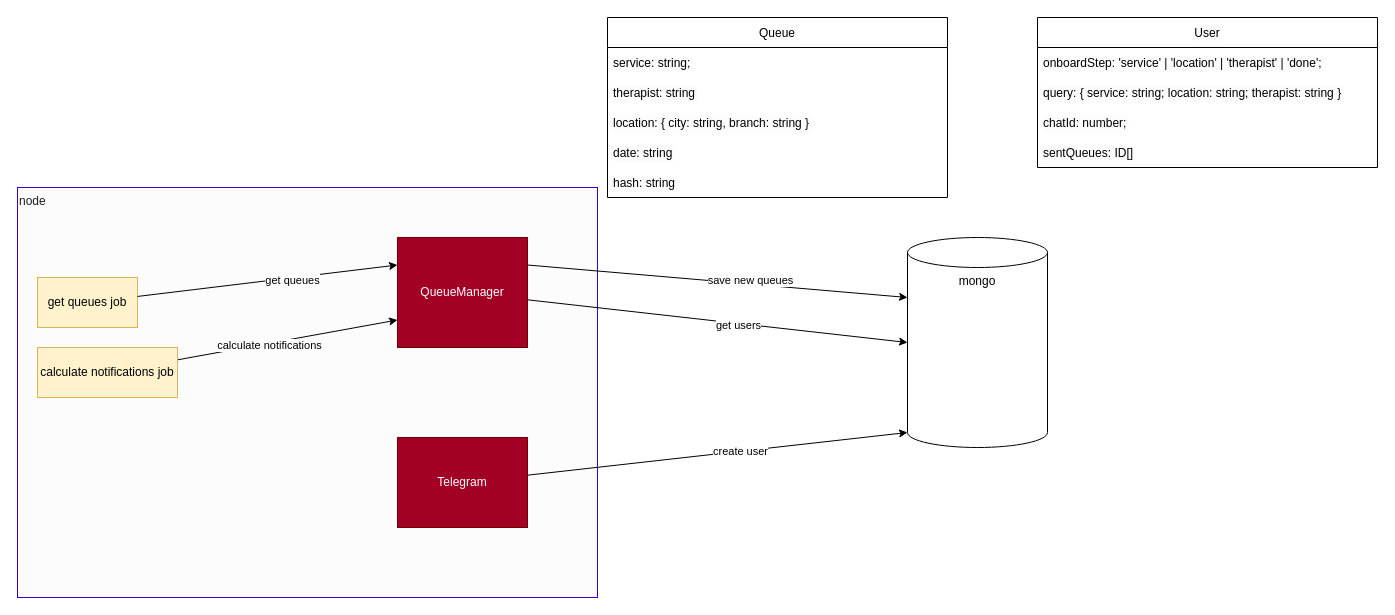
This is architecture.drawio from guygolanIL/queues, a draw.io file, before an edit. Source tidied: cells renumbered, new cells numbered last; positions are measured from the earlier drawing's top-left corner, leaving out a move shared by most shapes. Both pictures are drawn from the tidied source at 100%, with x=0, y=0 at pixel (17, 17).
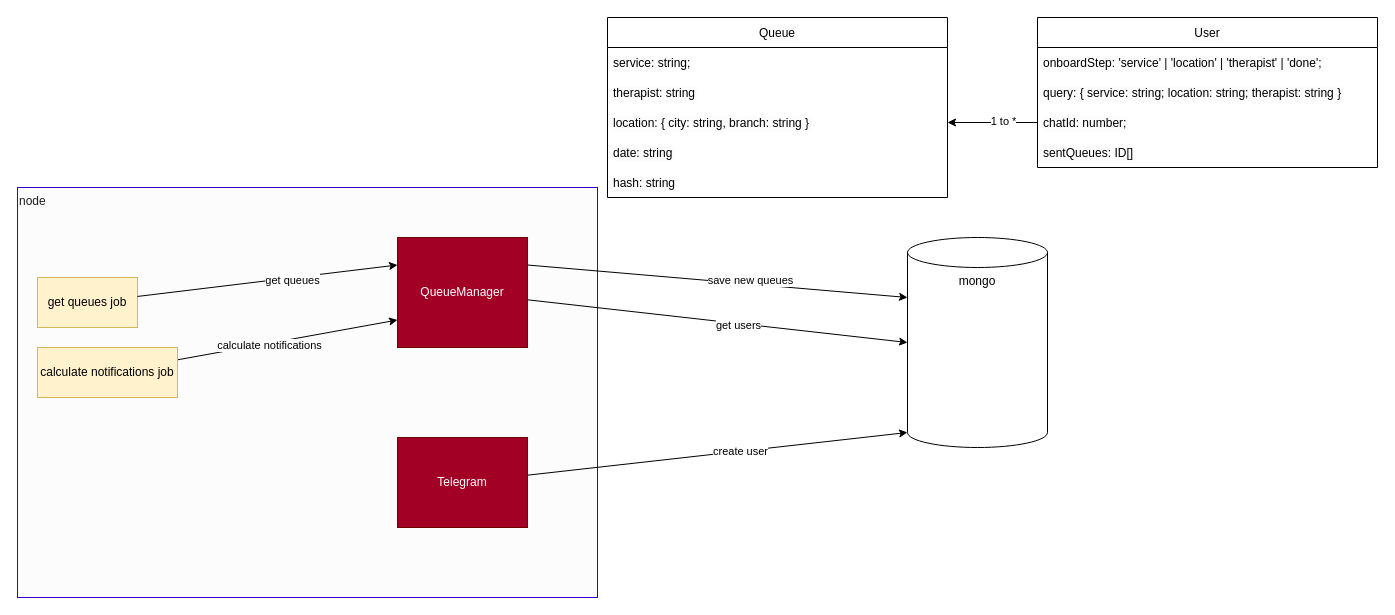
After the change.

The change refers to these unchanged cells:
```xml
<mxCell id="7" value="chatId: number;" style="text;strokeColor=none;fillColor=none;align=left;verticalAlign=middle;spacingLeft=4;spacingRight=4;overflow=hidden;points=[[0,0.5],[1,0.5]];portConstraint=eastwest;labelBackgroundColor=#FCFCFC;" parent="4" vertex="1">
  <mxGeometry y="90" width="340" height="30" as="geometry" />
</mxCell>
<mxCell id="12" value="location: { city: string, branch: string }" style="text;strokeColor=none;fillColor=none;align=left;verticalAlign=middle;spacingLeft=4;spacingRight=4;overflow=hidden;points=[[0,0.5],[1,0.5]];portConstraint=eastwest;labelBackgroundColor=#FCFCFC;" parent="9" vertex="1">
  <mxGeometry y="90" width="340" height="30" as="geometry" />
</mxCell>
```

Change to the diagram source:
```diff
@@
+    <mxCell id="29" style="edgeStyle=none;html=1;exitX=0;exitY=0.5;exitDx=0;exitDy=0;entryX=1;entryY=0.5;entryDx=0;entryDy=0;" parent="1" edge="1" source="7" target="12">
+      <mxGeometry relative="1" as="geometry" />
+    </mxCell>
+    <mxCell id="30" value="1 to *" style="edgeLabel;html=1;align=center;verticalAlign=middle;" parent="29" vertex="1">
+      <mxGeometry x="-0.23" y="-2" relative="1" as="geometry" />
+    </mxCell>
```
